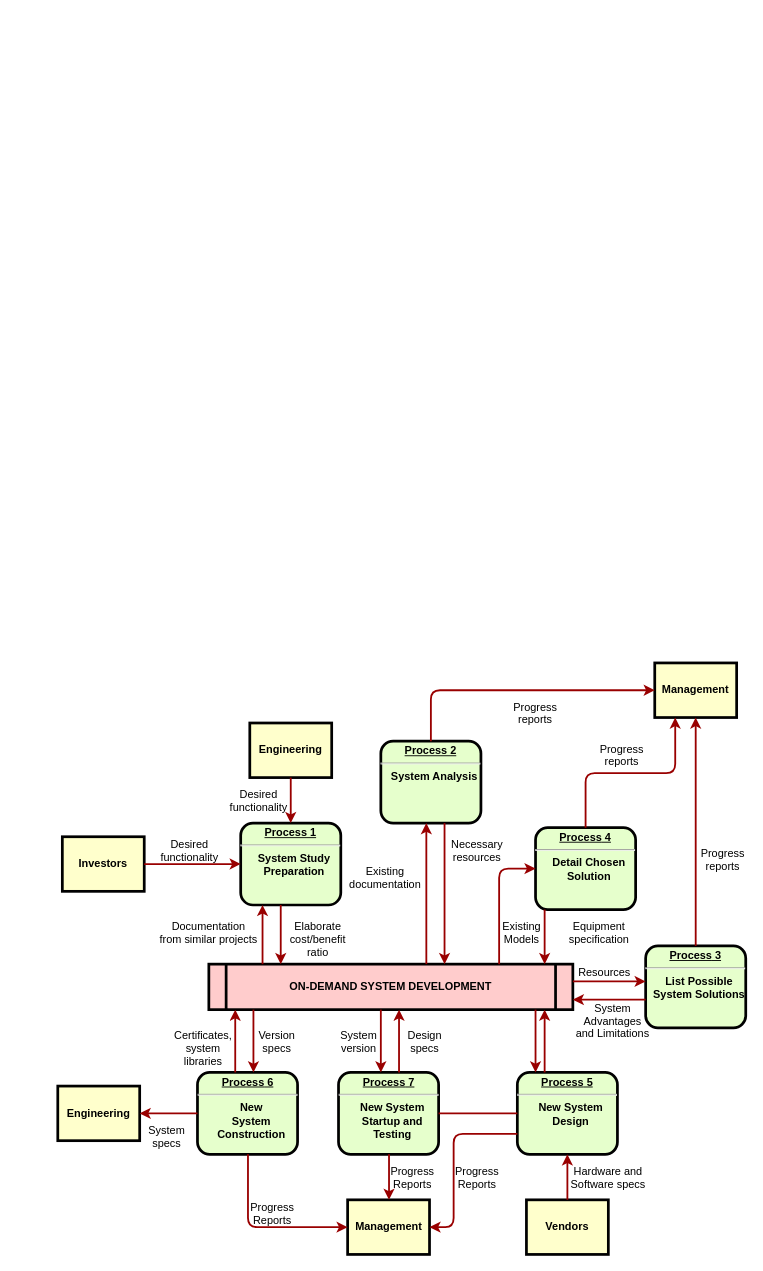
The draw.io diagram 架构图-drawio.drawio in LiteHome/LiteHomeBackend, before the edit. Source tidied: cells renumbered, new cells numbered last; positions are measured from the earlier drawing's top-left corner, leaving out a move shared by most shapes. Both pictures are drawn from the tidied source at 91%, with x=0, y=0 at pixel (57, 662).
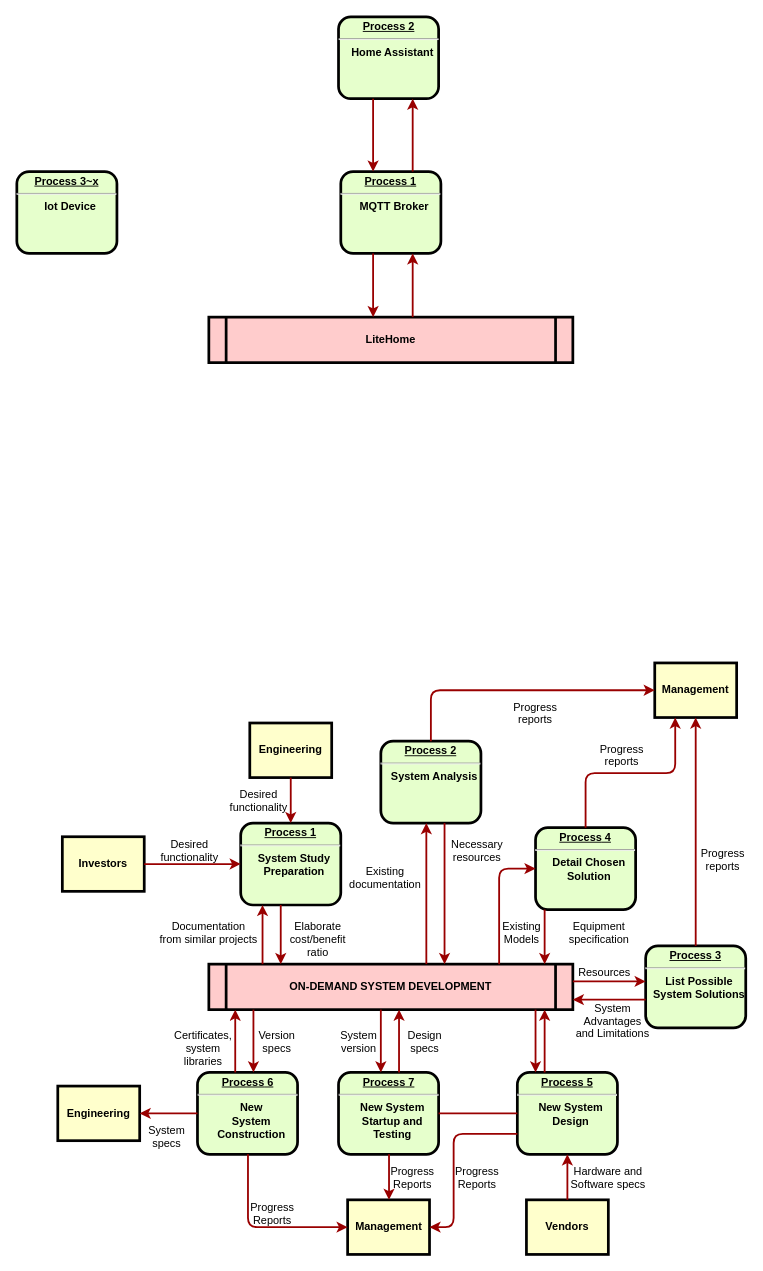
Above is the later version.

Commit message:
更新架构图-drawio.drawio

The edit, as a diff of the source:
```diff
@@
+    <mxCell id="63" value="LiteHome" style="shape=process;whiteSpace=wrap;align=center;verticalAlign=middle;size=0.0475;fontStyle=1;strokeWidth=3;fillColor=#FFCCCC;" parent="1" vertex="1">
+      <mxGeometry x="166" y="-380" width="400" height="50" as="geometry" />
+    </mxCell>
+    <mxCell id="64" value="&lt;p style=&quot;margin: 0px; margin-top: 4px; text-align: center; text-decoration: underline;&quot;&gt;&lt;strong&gt;Process 1&lt;br&gt;&lt;/strong&gt;&lt;/p&gt;&lt;hr&gt;&lt;p style=&quot;margin: 0px; margin-left: 8px;&quot;&gt;MQTT Broker&lt;/p&gt;" style="verticalAlign=middle;align=center;overflow=fill;fontSize=12;fontFamily=Helvetica;html=1;rounded=1;fontStyle=1;strokeWidth=3;fillColor=#E6FFCC;" parent="1" vertex="1">
+      <mxGeometry x="311" y="-540" width="110" height="90" as="geometry" />
+    </mxCell>
+    <mxCell id="65" value="&lt;p style=&quot;margin: 0px; margin-top: 4px; text-align: center; text-decoration: underline;&quot;&gt;&lt;strong&gt;Process 2&lt;br&gt;&lt;/strong&gt;&lt;/p&gt;&lt;hr&gt;&lt;p style=&quot;margin: 0px; margin-left: 8px;&quot;&gt;Home Assistant&lt;/p&gt;" style="verticalAlign=middle;align=center;overflow=fill;fontSize=12;fontFamily=Helvetica;html=1;rounded=1;fontStyle=1;strokeWidth=3;fillColor=#E6FFCC;" parent="1" vertex="1">
+      <mxGeometry x="308.5" y="-710" width="110" height="90" as="geometry" />
+    </mxCell>
+    <mxCell id="66" style="edgeStyle=elbowEdgeStyle;elbow=horizontal;strokeColor=#990000;strokeWidth=2;entryX=0.5;entryY=1;entryDx=0;entryDy=0;" parent="1" edge="1">
+      <mxGeometry relative="1" as="geometry">
+        <mxPoint x="390" y="-540" as="sourcePoint" />
+        <mxPoint x="389.5" y="-620" as="targetPoint" />
+        <Array as="points">
+          <mxPoint x="390" y="-546" />
+        </Array>
+      </mxGeometry>
+    </mxCell>
+    <mxCell id="67" style="edgeStyle=elbowEdgeStyle;elbow=horizontal;strokeColor=#990000;strokeWidth=2;entryX=0.5;entryY=1;entryDx=0;entryDy=0;" parent="1" edge="1">
+      <mxGeometry relative="1" as="geometry">
+        <mxPoint x="346.5" y="-620" as="sourcePoint" />
+        <mxPoint x="346" y="-540" as="targetPoint" />
+        <Array as="points">
+          <mxPoint x="346.5" y="-614" />
+        </Array>
+      </mxGeometry>
+    </mxCell>
+    <mxCell id="68" style="edgeStyle=elbowEdgeStyle;elbow=horizontal;strokeColor=#990000;strokeWidth=2;entryX=0.5;entryY=1;entryDx=0;entryDy=0;" parent="1" edge="1">
+      <mxGeometry relative="1" as="geometry">
+        <mxPoint x="390" y="-380" as="sourcePoint" />
+        <mxPoint x="389.5" y="-450" as="targetPoint" />
+        <Array as="points">
+          <mxPoint x="390" y="-376" />
+        </Array>
+      </mxGeometry>
+    </mxCell>
+    <mxCell id="69" style="edgeStyle=elbowEdgeStyle;elbow=horizontal;strokeColor=#990000;strokeWidth=2;" parent="1" edge="1">
+      <mxGeometry relative="1" as="geometry">
+        <mxPoint x="346.5" y="-450" as="sourcePoint" />
+        <mxPoint x="346" y="-380" as="targetPoint" />
+        <Array as="points">
+          <mxPoint x="346.5" y="-444" />
+        </Array>
+      </mxGeometry>
+    </mxCell>
+    <mxCell id="70" value="&lt;p style=&quot;margin: 0px; margin-top: 4px; text-align: center; text-decoration: underline;&quot;&gt;&lt;strong&gt;Process 3~x&lt;/strong&gt;&lt;/p&gt;&lt;hr&gt;&lt;p style=&quot;margin: 0px; margin-left: 8px;&quot;&gt;Iot Device&lt;/p&gt;" style="verticalAlign=middle;align=center;overflow=fill;fontSize=12;fontFamily=Helvetica;html=1;rounded=1;fontStyle=1;strokeWidth=3;fillColor=#E6FFCC;" parent="1" vertex="1">
+      <mxGeometry x="-45" y="-540" width="110" height="90" as="geometry" />
+    </mxCell>
```
